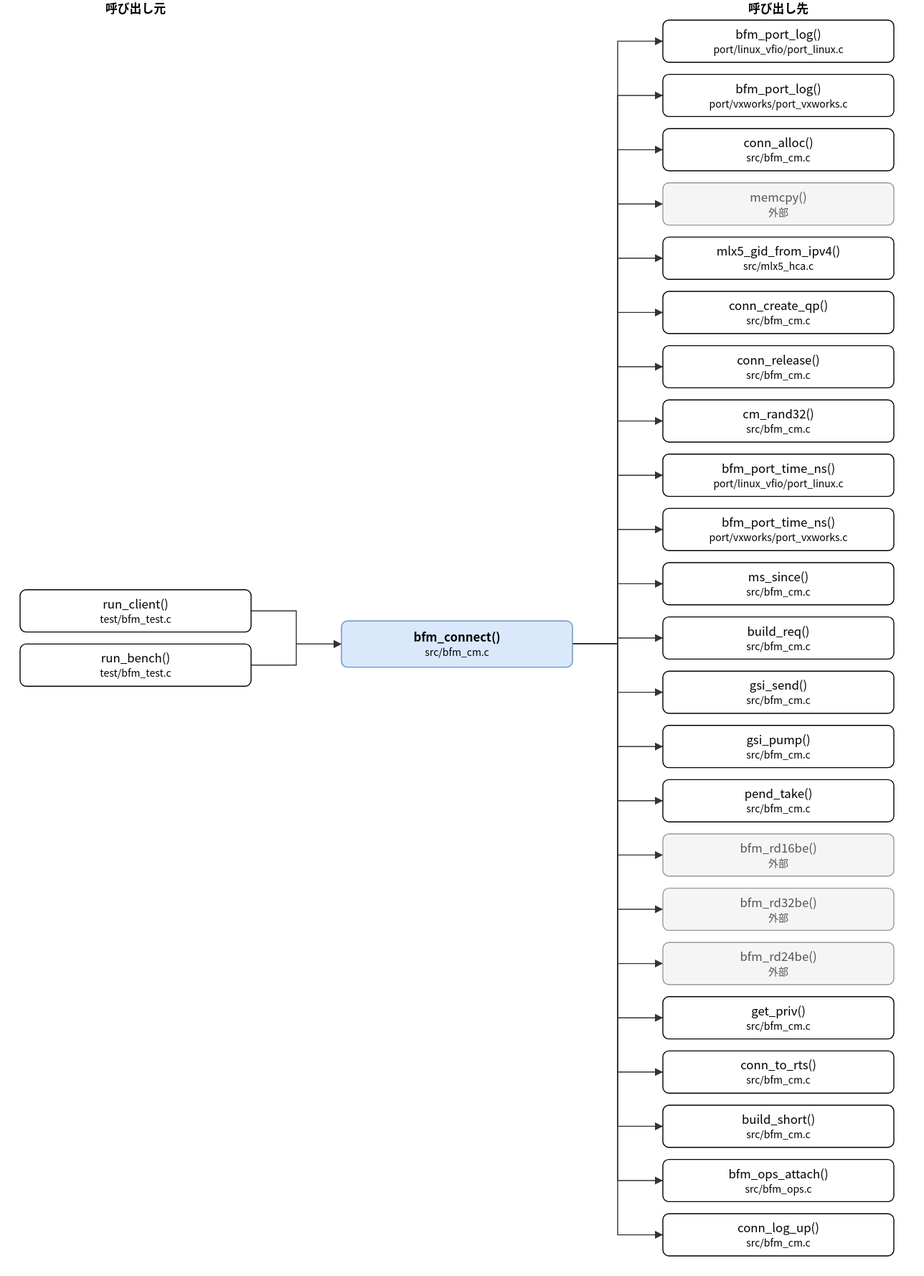
This is doc/spec/images/call_src_bfm_cm__bfm_connect.drawio.svg from hf355051012-ai/bfmem, a draw.io export, as it was before one commit. Source tidied: cells renumbered, new cells last; positions are measured from the earlier drawing's top-left corner, leaving out a move shared by most shapes.
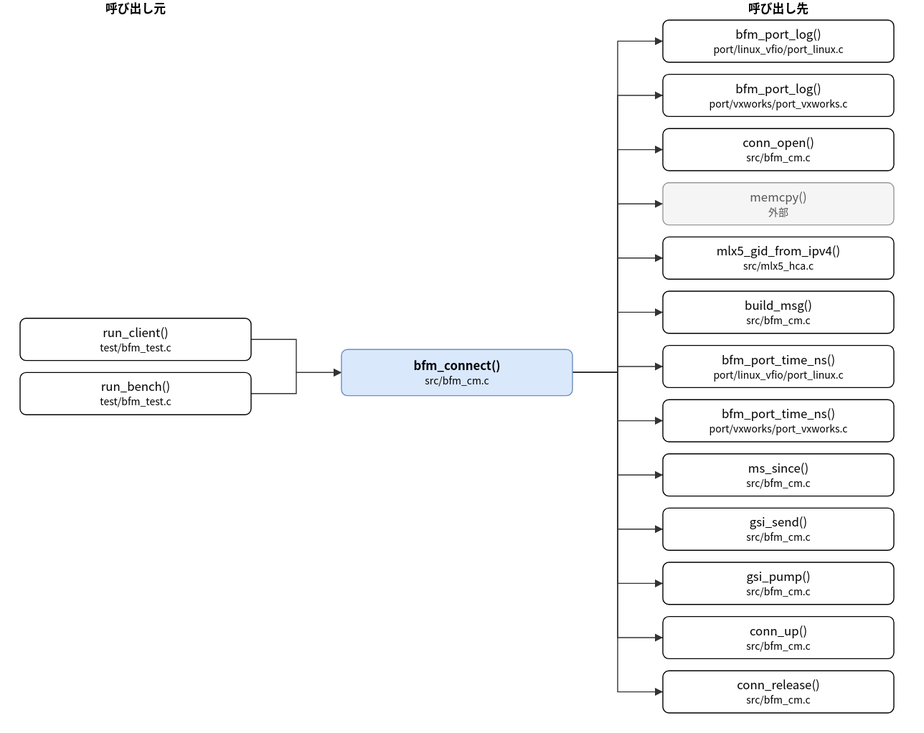
After the commit.

Diff of the diagram source:
```diff
@@ -3,13 +3,13 @@
     <mxCell id="0" />
     <mxCell id="1" parent="0" />
     <mxCell id="2" value="bfm_connect()&lt;br&gt;&lt;font style=&quot;font-size:10px&quot;&gt;src/bfm_cm.c&lt;/font&gt;" style="rounded=1;whiteSpace=wrap;html=1;fillColor=#dae8fc;strokeColor=#6c8ebf;fontStyle=1;" parent="1" vertex="1">
-      <mxGeometry x="320" y="618" width="230" height="46" as="geometry" />
+      <mxGeometry x="320" y="348" width="230" height="46" as="geometry" />
     </mxCell>
     <mxCell id="3" value="run_client()&lt;br&gt;&lt;font style=&quot;font-size:10px&quot;&gt;test/bfm_test.c&lt;/font&gt;" style="rounded=1;whiteSpace=wrap;html=1;" parent="1" vertex="1">
-      <mxGeometry y="587" width="230" height="42" as="geometry" />
+      <mxGeometry y="317" width="230" height="42" as="geometry" />
     </mxCell>
     <mxCell id="4" value="run_bench()&lt;br&gt;&lt;font style=&quot;font-size:10px&quot;&gt;test/bfm_test.c&lt;/font&gt;" style="rounded=1;whiteSpace=wrap;html=1;" parent="1" vertex="1">
-      <mxGeometry y="641" width="230" height="42" as="geometry" />
+      <mxGeometry y="371" width="230" height="42" as="geometry" />
     </mxCell>
     <mxCell id="5" value="bfm_port_log()&lt;br&gt;&lt;font style=&quot;font-size:10px&quot;&gt;port/linux_vfio/port_linux.c&lt;/font&gt;" style="rounded=1;whiteSpace=wrap;html=1;" parent="1" vertex="1">
       <mxGeometry x="640" y="20" width="230" height="42" as="geometry" />
@@ -17,7 +17,7 @@
     <mxCell id="6" value="bfm_port_log()&lt;br&gt;&lt;font style=&quot;font-size:10px&quot;&gt;port/vxworks/port_vxworks.c&lt;/font&gt;" style="rounded=1;whiteSpace=wrap;html=1;" parent="1" vertex="1">
       <mxGeometry x="640" y="74" width="230" height="42" as="geometry" />
     </mxCell>
-    <mxCell id="7" value="conn_alloc()&lt;br&gt;&lt;font style=&quot;font-size:10px&quot;&gt;src/bfm_cm.c&lt;/font&gt;" style="rounded=1;whiteSpace=wrap;html=1;" parent="1" vertex="1">
+    <mxCell id="7" value="conn_open()&lt;br&gt;&lt;font style=&quot;font-size:10px&quot;&gt;src/bfm_cm.c&lt;/font&gt;" style="rounded=1;whiteSpace=wrap;html=1;" parent="1" vertex="1">
       <mxGeometry x="640" y="128" width="230" height="42" as="geometry" />
     </mxCell>
     <mxCell id="8" value="memcpy()&lt;br&gt;&lt;font style=&quot;font-size:10px&quot;&gt;外部&lt;/font&gt;" style="rounded=1;whiteSpace=wrap;html=1;fillColor=#f5f5f5;strokeColor=#999999;fontColor=#555555;" parent="1" vertex="1">
@@ -26,80 +26,50 @@
     <mxCell id="9" value="mlx5_gid_from_ipv4()&lt;br&gt;&lt;font style=&quot;font-size:10px&quot;&gt;src/mlx5_hca.c&lt;/font&gt;" style="rounded=1;whiteSpace=wrap;html=1;" parent="1" vertex="1">
       <mxGeometry x="640" y="236" width="230" height="42" as="geometry" />
     </mxCell>
-    <mxCell id="10" value="conn_create_qp()&lt;br&gt;&lt;font style=&quot;font-size:10px&quot;&gt;src/bfm_cm.c&lt;/font&gt;" style="rounded=1;whiteSpace=wrap;html=1;" parent="1" vertex="1">
+    <mxCell id="10" value="build_msg()&lt;br&gt;&lt;font style=&quot;font-size:10px&quot;&gt;src/bfm_cm.c&lt;/font&gt;" style="rounded=1;whiteSpace=wrap;html=1;" parent="1" vertex="1">
       <mxGeometry x="640" y="290" width="230" height="42" as="geometry" />
     </mxCell>
-    <mxCell id="11" value="conn_release()&lt;br&gt;&lt;font style=&quot;font-size:10px&quot;&gt;src/bfm_cm.c&lt;/font&gt;" style="rounded=1;whiteSpace=wrap;html=1;" parent="1" vertex="1">
+    <mxCell id="11" value="bfm_port_time_ns()&lt;br&gt;&lt;font style=&quot;font-size:10px&quot;&gt;port/linux_vfio/port_linux.c&lt;/font&gt;" style="rounded=1;whiteSpace=wrap;html=1;" parent="1" vertex="1">
       <mxGeometry x="640" y="344" width="230" height="42" as="geometry" />
     </mxCell>
-    <mxCell id="12" value="cm_rand32()&lt;br&gt;&lt;font style=&quot;font-size:10px&quot;&gt;src/bfm_cm.c&lt;/font&gt;" style="rounded=1;whiteSpace=wrap;html=1;" parent="1" vertex="1">
+    <mxCell id="12" value="bfm_port_time_ns()&lt;br&gt;&lt;font style=&quot;font-size:10px&quot;&gt;port/vxworks/port_vxworks.c&lt;/font&gt;" style="rounded=1;whiteSpace=wrap;html=1;" parent="1" vertex="1">
       <mxGeometry x="640" y="398" width="230" height="42" as="geometry" />
     </mxCell>
-    <mxCell id="13" value="bfm_port_time_ns()&lt;br&gt;&lt;font style=&quot;font-size:10px&quot;&gt;port/linux_vfio/port_linux.c&lt;/font&gt;" style="rounded=1;whiteSpace=wrap;html=1;" parent="1" vertex="1">
+    <mxCell id="13" value="ms_since()&lt;br&gt;&lt;font style=&quot;font-size:10px&quot;&gt;src/bfm_cm.c&lt;/font&gt;" style="rounded=1;whiteSpace=wrap;html=1;" parent="1" vertex="1">
       <mxGeometry x="640" y="452" width="230" height="42" as="geometry" />
     </mxCell>
-    <mxCell id="14" value="bfm_port_time_ns()&lt;br&gt;&lt;font style=&quot;font-size:10px&quot;&gt;port/vxworks/port_vxworks.c&lt;/font&gt;" style="rounded=1;whiteSpace=wrap;html=1;" parent="1" vertex="1">
+    <mxCell id="14" value="gsi_send()&lt;br&gt;&lt;font style=&quot;font-size:10px&quot;&gt;src/bfm_cm.c&lt;/font&gt;" style="rounded=1;whiteSpace=wrap;html=1;" parent="1" vertex="1">
       <mxGeometry x="640" y="506" width="230" height="42" as="geometry" />
     </mxCell>
-    <mxCell id="15" value="ms_since()&lt;br&gt;&lt;font style=&quot;font-size:10px&quot;&gt;src/bfm_cm.c&lt;/font&gt;" style="rounded=1;whiteSpace=wrap;html=1;" parent="1" vertex="1">
+    <mxCell id="15" value="gsi_pump()&lt;br&gt;&lt;font style=&quot;font-size:10px&quot;&gt;src/bfm_cm.c&lt;/font&gt;" style="rounded=1;whiteSpace=wrap;html=1;" parent="1" vertex="1">
       <mxGeometry x="640" y="560" width="230" height="42" as="geometry" />
     </mxCell>
-    <mxCell id="16" value="build_req()&lt;br&gt;&lt;font style=&quot;font-size:10px&quot;&gt;src/bfm_cm.c&lt;/font&gt;" style="rounded=1;whiteSpace=wrap;html=1;" parent="1" vertex="1">
+    <mxCell id="16" value="conn_up()&lt;br&gt;&lt;font style=&quot;font-size:10px&quot;&gt;src/bfm_cm.c&lt;/font&gt;" style="rounded=1;whiteSpace=wrap;html=1;" parent="1" vertex="1">
       <mxGeometry x="640" y="614" width="230" height="42" as="geometry" />
     </mxCell>
-    <mxCell id="17" value="gsi_send()&lt;br&gt;&lt;font style=&quot;font-size:10px&quot;&gt;src/bfm_cm.c&lt;/font&gt;" style="rounded=1;whiteSpace=wrap;html=1;" parent="1" vertex="1">
+    <mxCell id="17" value="conn_release()&lt;br&gt;&lt;font style=&quot;font-size:10px&quot;&gt;src/bfm_cm.c&lt;/font&gt;" style="rounded=1;whiteSpace=wrap;html=1;" parent="1" vertex="1">
       <mxGeometry x="640" y="668" width="230" height="42" as="geometry" />
     </mxCell>
-    <mxCell id="18" value="gsi_pump()&lt;br&gt;&lt;font style=&quot;font-size:10px&quot;&gt;src/bfm_cm.c&lt;/font&gt;" style="rounded=1;whiteSpace=wrap;html=1;" parent="1" vertex="1">
-      <mxGeometry x="640" y="722" width="230" height="42" as="geometry" />
-    </mxCell>
-    <mxCell id="19" value="pend_take()&lt;br&gt;&lt;font style=&quot;font-size:10px&quot;&gt;src/bfm_cm.c&lt;/font&gt;" style="rounded=1;whiteSpace=wrap;html=1;" parent="1" vertex="1">
-      <mxGeometry x="640" y="776" width="230" height="42" as="geometry" />
-    </mxCell>
-    <mxCell id="20" value="bfm_rd16be()&lt;br&gt;&lt;font style=&quot;font-size:10px&quot;&gt;外部&lt;/font&gt;" style="rounded=1;whiteSpace=wrap;html=1;fillColor=#f5f5f5;strokeColor=#999999;fontColor=#555555;" parent="1" vertex="1">
-      <mxGeometry x="640" y="830" width="230" height="42" as="geometry" />
-    </mxCell>
-    <mxCell id="21" value="bfm_rd32be()&lt;br&gt;&lt;font style=&quot;font-size:10px&quot;&gt;外部&lt;/font&gt;" style="rounded=1;whiteSpace=wrap;html=1;fillColor=#f5f5f5;strokeColor=#999999;fontColor=#555555;" parent="1" vertex="1">
-      <mxGeometry x="640" y="884" width="230" height="42" as="geometry" />
-    </mxCell>
-    <mxCell id="22" value="bfm_rd24be()&lt;br&gt;&lt;font style=&quot;font-size:10px&quot;&gt;外部&lt;/font&gt;" style="rounded=1;whiteSpace=wrap;html=1;fillColor=#f5f5f5;strokeColor=#999999;fontColor=#555555;" parent="1" vertex="1">
-      <mxGeometry x="640" y="938" width="230" height="42" as="geometry" />
-    </mxCell>
-    <mxCell id="23" value="get_priv()&lt;br&gt;&lt;font style=&quot;font-size:10px&quot;&gt;src/bfm_cm.c&lt;/font&gt;" style="rounded=1;whiteSpace=wrap;html=1;" parent="1" vertex="1">
-      <mxGeometry x="640" y="992" width="230" height="42" as="geometry" />
-    </mxCell>
-    <mxCell id="24" value="conn_to_rts()&lt;br&gt;&lt;font style=&quot;font-size:10px&quot;&gt;src/bfm_cm.c&lt;/font&gt;" style="rounded=1;whiteSpace=wrap;html=1;" parent="1" vertex="1">
-      <mxGeometry x="640" y="1046" width="230" height="42" as="geometry" />
-    </mxCell>
-    <mxCell id="25" value="build_short()&lt;br&gt;&lt;font style=&quot;font-size:10px&quot;&gt;src/bfm_cm.c&lt;/font&gt;" style="rounded=1;whiteSpace=wrap;html=1;" parent="1" vertex="1">
-      <mxGeometry x="640" y="1100" width="230" height="42" as="geometry" />
-    </mxCell>
-    <mxCell id="26" value="bfm_ops_attach()&lt;br&gt;&lt;font style=&quot;font-size:10px&quot;&gt;src/bfm_ops.c&lt;/font&gt;" style="rounded=1;whiteSpace=wrap;html=1;" parent="1" vertex="1">
-      <mxGeometry x="640" y="1154" width="230" height="42" as="geometry" />
-    </mxCell>
-    <mxCell id="27" value="conn_log_up()&lt;br&gt;&lt;font style=&quot;font-size:10px&quot;&gt;src/bfm_cm.c&lt;/font&gt;" style="rounded=1;whiteSpace=wrap;html=1;" parent="1" vertex="1">
-      <mxGeometry x="640" y="1208" width="230" height="42" as="geometry" />
-    </mxCell>
     <mxCell id="28" style="edgeStyle=none;html=1;rounded=0;endArrow=block;endFill=1;exitX=1.0000;exitY=0.5000;exitDx=0;exitDy=0;exitPerimeter=0;entryX=0.0000;entryY=0.5000;entryDx=0;entryDy=0;entryPerimeter=0;" parent="1" edge="1" source="3" target="2">
       <mxGeometry relative="1" as="geometry">
         <Array as="points">
-          <mxPoint x="275" y="608" />
-          <mxPoint x="275" y="641" />
+          <mxPoint x="275" y="338" />
+          <mxPoint x="275" y="371" />
         </Array>
       </mxGeometry>
     </mxCell>
     <mxCell id="29" style="edgeStyle=none;html=1;rounded=0;endArrow=block;endFill=1;exitX=1.0000;exitY=0.5000;exitDx=0;exitDy=0;exitPerimeter=0;entryX=0.0000;entryY=0.5000;entryDx=0;entryDy=0;entryPerimeter=0;" parent="1" edge="1" source="4" target="2">
       <mxGeometry relative="1" as="geometry">
         <Array as="points">
-          <mxPoint x="275" y="662" />
-          <mxPoint x="275" y="641" />
+          <mxPoint x="275" y="392" />
+          <mxPoint x="275" y="371" />
         </Array>
       </mxGeometry>
     </mxCell>
     <mxCell id="30" style="edgeStyle=none;html=1;rounded=0;endArrow=block;endFill=1;exitX=1.0000;exitY=0.5000;exitDx=0;exitDy=0;exitPerimeter=0;entryX=0.0000;entryY=0.5000;entryDx=0;entryDy=0;entryPerimeter=0;" parent="1" edge="1" source="2" target="5">
       <mxGeometry relative="1" as="geometry">
         <Array as="points">
-          <mxPoint x="595" y="641" />
+          <mxPoint x="595" y="371" />
           <mxPoint x="595" y="41" />
         </Array>
       </mxGeometry>
@@ -107,7 +77,7 @@
     <mxCell id="31" style="edgeStyle=none;html=1;rounded=0;endArrow=block;endFill=1;exitX=1.0000;exitY=0.5000;exitDx=0;exitDy=0;exitPerimeter=0;entryX=0.0000;entryY=0.5000;entryDx=0;entryDy=0;entryPerimeter=0;" parent="1" edge="1" source="2" target="6">
       <mxGeometry relative="1" as="geometry">
         <Array as="points">
-          <mxPoint x="595" y="641" />
+          <mxPoint x="595" y="371" />
           <mxPoint x="595" y="95" />
         </Array>
       </mxGeometry>
@@ -115,7 +85,7 @@
     <mxCell id="32" style="edgeStyle=none;html=1;rounded=0;endArrow=block;endFill=1;exitX=1.0000;exitY=0.5000;exitDx=0;exitDy=0;exitPerimeter=0;entryX=0.0000;entryY=0.5000;entryDx=0;entryDy=0;entryPerimeter=0;" parent="1" edge="1" source="2" target="7">
       <mxGeometry relative="1" as="geometry">
         <Array as="points">
-          <mxPoint x="595" y="641" />
+          <mxPoint x="595" y="371" />
           <mxPoint x="595" y="149" />
         </Array>
       </mxGeometry>
@@ -123,7 +93,7 @@
     <mxCell id="33" style="edgeStyle=none;html=1;rounded=0;endArrow=block;endFill=1;exitX=1.0000;exitY=0.5000;exitDx=0;exitDy=0;exitPerimeter=0;entryX=0.0000;entryY=0.5000;entryDx=0;entryDy=0;entryPerimeter=0;" parent="1" edge="1" source="2" target="8">
       <mxGeometry relative="1" as="geometry">
         <Array as="points">
-          <mxPoint x="595" y="641" />
+          <mxPoint x="595" y="371" />
           <mxPoint x="595" y="203" />
         </Array>
       </mxGeometry>
@@ -131,7 +101,7 @@
     <mxCell id="34" style="edgeStyle=none;html=1;rounded=0;endArrow=block;endFill=1;exitX=1.0000;exitY=0.5000;exitDx=0;exitDy=0;exitPerimeter=0;entryX=0.0000;entryY=0.5000;entryDx=0;entryDy=0;entryPerimeter=0;" parent="1" edge="1" source="2" target="9">
       <mxGeometry relative="1" as="geometry">
         <Array as="points">
-          <mxPoint x="595" y="641" />
+          <mxPoint x="595" y="371" />
           <mxPoint x="595" y="257" />
         </Array>
       </mxGeometry>
@@ -139,7 +109,7 @@
     <mxCell id="35" style="edgeStyle=none;html=1;rounded=0;endArrow=block;endFill=1;exitX=1.0000;exitY=0.5000;exitDx=0;exitDy=0;exitPerimeter=0;entryX=0.0000;entryY=0.5000;entryDx=0;entryDy=0;entryPerimeter=0;" parent="1" edge="1" source="2" target="10">
       <mxGeometry relative="1" as="geometry">
         <Array as="points">
-          <mxPoint x="595" y="641" />
+          <mxPoint x="595" y="371" />
           <mxPoint x="595" y="311" />
         </Array>
       </mxGeometry>
@@ -147,7 +117,7 @@
     <mxCell id="36" style="edgeStyle=none;html=1;rounded=0;endArrow=block;endFill=1;exitX=1.0000;exitY=0.5000;exitDx=0;exitDy=0;exitPerimeter=0;entryX=0.0000;entryY=0.5000;entryDx=0;entryDy=0;entryPerimeter=0;" parent="1" edge="1" source="2" target="11">
       <mxGeometry relative="1" as="geometry">
         <Array as="points">
-          <mxPoint x="595" y="641" />
+          <mxPoint x="595" y="371" />
           <mxPoint x="595" y="365" />
         </Array>
       </mxGeometry>
@@ -155,7 +125,7 @@
     <mxCell id="37" style="edgeStyle=none;html=1;rounded=0;endArrow=block;endFill=1;exitX=1.0000;exitY=0.5000;exitDx=0;exitDy=0;exitPerimeter=0;entryX=0.0000;entryY=0.5000;entryDx=0;entryDy=0;entryPerimeter=0;" parent="1" edge="1" source="2" target="12">
       <mxGeometry relative="1" as="geometry">
         <Array as="points">
-          <mxPoint x="595" y="641" />
+          <mxPoint x="595" y="371" />
           <mxPoint x="595" y="419" />
         </Array>
       </mxGeometry>
@@ -163,7 +133,7 @@
     <mxCell id="38" style="edgeStyle=none;html=1;rounded=0;endArrow=block;endFill=1;exitX=1.0000;exitY=0.5000;exitDx=0;exitDy=0;exitPerimeter=0;entryX=0.0000;entryY=0.5000;entryDx=0;entryDy=0;entryPerimeter=0;" parent="1" edge="1" source="2" target="13">
       <mxGeometry relative="1" as="geometry">
         <Array as="points">
-          <mxPoint x="595" y="641" />
+          <mxPoint x="595" y="371" />
           <mxPoint x="595" y="473" />
         </Array>
       </mxGeometry>
@@ -171,7 +141,7 @@
     <mxCell id="39" style="edgeStyle=none;html=1;rounded=0;endArrow=block;endFill=1;exitX=1.0000;exitY=0.5000;exitDx=0;exitDy=0;exitPerimeter=0;entryX=0.0000;entryY=0.5000;entryDx=0;entryDy=0;entryPerimeter=0;" parent="1" edge="1" source="2" target="14">
       <mxGeometry relative="1" as="geometry">
         <Array as="points">
-          <mxPoint x="595" y="641" />
+          <mxPoint x="595" y="371" />
           <mxPoint x="595" y="527" />
         </Array>
       </mxGeometry>
@@ -179,7 +149,7 @@
     <mxCell id="40" style="edgeStyle=none;html=1;rounded=0;endArrow=block;endFill=1;exitX=1.0000;exitY=0.5000;exitDx=0;exitDy=0;exitPerimeter=0;entryX=0.0000;entryY=0.5000;entryDx=0;entryDy=0;entryPerimeter=0;" parent="1" edge="1" source="2" target="15">
       <mxGeometry relative="1" as="geometry">
         <Array as="points">
-          <mxPoint x="595" y="641" />
+          <mxPoint x="595" y="371" />
           <mxPoint x="595" y="581" />
         </Array>
       </mxGeometry>
@@ -187,7 +157,7 @@
     <mxCell id="41" style="edgeStyle=none;html=1;rounded=0;endArrow=block;endFill=1;exitX=1.0000;exitY=0.5000;exitDx=0;exitDy=0;exitPerimeter=0;entryX=0.0000;entryY=0.5000;entryDx=0;entryDy=0;entryPerimeter=0;" parent="1" edge="1" source="2" target="16">
       <mxGeometry relative="1" as="geometry">
         <Array as="points">
-          <mxPoint x="595" y="641" />
+          <mxPoint x="595" y="371" />
           <mxPoint x="595" y="635" />
         </Array>
       </mxGeometry>
@@ -195,91 +165,11 @@
     <mxCell id="42" style="edgeStyle=none;html=1;rounded=0;endArrow=block;endFill=1;exitX=1.0000;exitY=0.5000;exitDx=0;exitDy=0;exitPerimeter=0;entryX=0.0000;entryY=0.5000;entryDx=0;entryDy=0;entryPerimeter=0;" parent="1" edge="1" source="2" target="17">
       <mxGeometry relative="1" as="geometry">
         <Array as="points">
-          <mxPoint x="595" y="641" />
+          <mxPoint x="595" y="371" />
           <mxPoint x="595" y="689" />
         </Array>
       </mxGeometry>
     </mxCell>
-    <mxCell id="43" style="edgeStyle=none;html=1;rounded=0;endArrow=block;endFill=1;exitX=1.0000;exitY=0.5000;exitDx=0;exitDy=0;exitPerimeter=0;entryX=0.0000;entryY=0.5000;entryDx=0;entryDy=0;entryPerimeter=0;" parent="1" edge="1" source="2" target="18">
-      <mxGeometry relative="1" as="geometry">
-        <Array as="points">
-          <mxPoint x="595" y="641" />
-          <mxPoint x="595" y="743" />
-        </Array>
-      </mxGeometry>
-    </mxCell>
-    <mxCell id="44" style="edgeStyle=none;html=1;rounded=0;endArrow=block;endFill=1;exitX=1.0000;exitY=0.5000;exitDx=0;exitDy=0;exitPerimeter=0;entryX=0.0000;entryY=0.5000;entryDx=0;entryDy=0;entryPerimeter=0;" parent="1" edge="1" source="2" target="19">
-      <mxGeometry relative="1" as="geometry">
-        <Array as="points">
-          <mxPoint x="595" y="641" />
-          <mxPoint x="595" y="797" />
-        </Array>
-      </mxGeometry>
-    </mxCell>
-    <mxCell id="45" style="edgeStyle=none;html=1;rounded=0;endArrow=block;endFill=1;exitX=1.0000;exitY=0.5000;exitDx=0;exitDy=0;exitPerimeter=0;entryX=0.0000;entryY=0.5000;entryDx=0;entryDy=0;entryPerimeter=0;" parent="1" edge="1" source="2" target="20">
-      <mxGeometry relative="1" as="geometry">
-        <Array as="points">
-          <mxPoint x="595" y="641" />
-          <mxPoint x="595" y="851" />
-        </Array>
-      </mxGeometry>
-    </mxCell>
-    <mxCell id="46" style="edgeStyle=none;html=1;rounded=0;endArrow=block;endFill=1;exitX=1.0000;exitY=0.5000;exitDx=0;exitDy=0;exitPerimeter=0;entryX=0.0000;entryY=0.5000;entryDx=0;entryDy=0;entryPerimeter=0;" parent="1" edge="1" source="2" target="21">
-      <mxGeometry relative="1" as="geometry">
-        <Array as="points">
-          <mxPoint x="595" y="641" />
-          <mxPoint x="595" y="905" />
-        </Array>
-      </mxGeometry>
-    </mxCell>
-    <mxCell id="47" style="edgeStyle=none;html=1;rounded=0;endArrow=block;endFill=1;exitX=1.0000;exitY=0.5000;exitDx=0;exitDy=0;exitPerimeter=0;entryX=0.0000;entryY=0.5000;entryDx=0;entryDy=0;entryPerimeter=0;" parent="1" edge="1" source="2" target="22">
-      <mxGeometry relative="1" as="geometry">
-        <Array as="points">
-          <mxPoint x="595" y="641" />
-          <mxPoint x="595" y="959" />
-        </Array>
-      </mxGeometry>
-    </mxCell>
-    <mxCell id="48" style="edgeStyle=none;html=1;rounded=0;endArrow=block;endFill=1;exitX=1.0000;exitY=0.5000;exitDx=0;exitDy=0;exitPerimeter=0;entryX=0.0000;entryY=0.5000;entryDx=0;entryDy=0;entryPerimeter=0;" parent="1" edge="1" source="2" target="23">
-      <mxGeometry relative="1" as="geometry">
-        <Array as="points">
-          <mxPoint x="595" y="641" />
-          <mxPoint x="595" y="1013" />
-        </Array>
-      </mxGeometry>
-    </mxCell>
-    <mxCell id="49" style="edgeStyle=none;html=1;rounded=0;endArrow=block;endFill=1;exitX=1.0000;exitY=0.5000;exitDx=0;exitDy=0;exitPerimeter=0;entryX=0.0000;entryY=0.5000;entryDx=0;entryDy=0;entryPerimeter=0;" parent="1" edge="1" source="2" target="24">
-      <mxGeometry relative="1" as="geometry">
-        <Array as="points">
-          <mxPoint x="595" y="641" />
-          <mxPoint x="595" y="1067" />
-        </Array>
-      </mxGeometry>
-    </mxCell>
-    <mxCell id="50" style="edgeStyle=none;html=1;rounded=0;endArrow=block;endFill=1;exitX=1.0000;exitY=0.5000;exitDx=0;exitDy=0;exitPerimeter=0;entryX=0.0000;entryY=0.5000;entryDx=0;entryDy=0;entryPerimeter=0;" parent="1" edge="1" source="2" target="25">
-      <mxGeometry relative="1" as="geometry">
-        <Array as="points">
-          <mxPoint x="595" y="641" />
-          <mxPoint x="595" y="1121" />
-        </Array>
-      </mxGeometry>
-    </mxCell>
-    <mxCell id="51" style="edgeStyle=none;html=1;rounded=0;endArrow=block;endFill=1;exitX=1.0000;exitY=0.5000;exitDx=0;exitDy=0;exitPerimeter=0;entryX=0.0000;entryY=0.5000;entryDx=0;entryDy=0;entryPerimeter=0;" parent="1" edge="1" source="2" target="26">
-      <mxGeometry relative="1" as="geometry">
-        <Array as="points">
-          <mxPoint x="595" y="641" />
-          <mxPoint x="595" y="1175" />
-        </Array>
-      </mxGeometry>
-    </mxCell>
-    <mxCell id="52" style="edgeStyle=none;html=1;rounded=0;endArrow=block;endFill=1;exitX=1.0000;exitY=0.5000;exitDx=0;exitDy=0;exitPerimeter=0;entryX=0.0000;entryY=0.5000;entryDx=0;entryDy=0;entryPerimeter=0;" parent="1" edge="1" source="2" target="27">
-      <mxGeometry relative="1" as="geometry">
-        <Array as="points">
-          <mxPoint x="595" y="641" />
-          <mxPoint x="595" y="1229" />
-        </Array>
-      </mxGeometry>
-    </mxCell>
     <mxCell id="53" value="呼び出し元" style="text;html=1;align=center;fontStyle=1;" parent="1" vertex="1">
       <mxGeometry x="35" width="160" height="18" as="geometry" />
     </mxCell>
```
